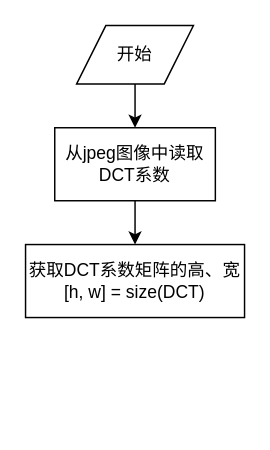
The draw.io diagram 多媒体数据安全/多媒体数据安全流程图2.drawio in AgentGuo/flow_chart, before the edit. Source tidied: cells renumbered, new cells numbered last; positions are measured from the earlier drawing's top-left corner, leaving out a move shared by most shapes. Both pictures are drawn from the tidied source at 146%, with x=0, y=0 at pixel (25, 25).
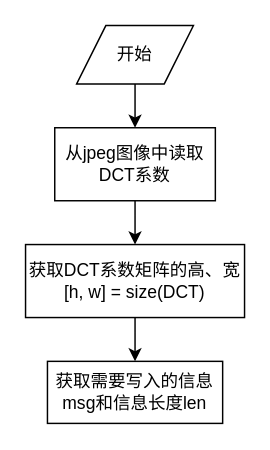
The same page after the edit.

Commit message (it also covers changes not shown here):
Update 多媒体数据安全流程图2.drawio

The edit, as a diff of the source:
```diff
@@
 <mxGraphModel>
   <root>
     <mxCell id="0" />
     <mxCell id="1" parent="0" />
     <mxCell id="2" style="edgeStyle=orthogonalEdgeStyle;rounded=0;jettySize=auto;html=1;" parent="1" edge="1" source="3" target="5">
       <mxGeometry relative="1" as="geometry" />
     </mxCell>
     <mxCell id="3" value="开始" style="shape=parallelogram;perimeter=parallelogramPerimeter;whiteSpace=wrap;html=1;fixedSize=1;" parent="1" vertex="1">
       <mxGeometry x="35" width="80" height="40" as="geometry" />
     </mxCell>
     <mxCell id="4" style="edgeStyle=orthogonalEdgeStyle;rounded=0;jettySize=auto;html=1;" parent="1" edge="1" source="5" target="6">
       <mxGeometry relative="1" as="geometry" />
     </mxCell>
     <mxCell id="5" value="从jpeg图像中读取DCT系数" style="whiteSpace=wrap;html=1;" parent="1" vertex="1">
       <mxGeometry x="20" y="70" width="110" height="50" as="geometry" />
     </mxCell>
+    <mxCell id="7" style="edgeStyle=orthogonalEdgeStyle;rounded=0;jettySize=auto;html=1;" parent="1" edge="1" source="6" target="8">
+      <mxGeometry relative="1" as="geometry" />
+    </mxCell>
     <mxCell id="6" value="获取DCT系数矩阵的高、宽&lt;br&gt;[h, w] = size(DCT)" style="whiteSpace=wrap;html=1;" parent="1" vertex="1">
       <mxGeometry y="150" width="150" height="50" as="geometry" />
     </mxCell>
+    <mxCell id="8" value="获取需要写入的信息msg和信息长度len" style="whiteSpace=wrap;html=1;" parent="1" vertex="1">
+      <mxGeometry x="15" y="230" width="120" height="42.5" as="geometry" />
+    </mxCell>
   </root>
 </mxGraphModel>
```
